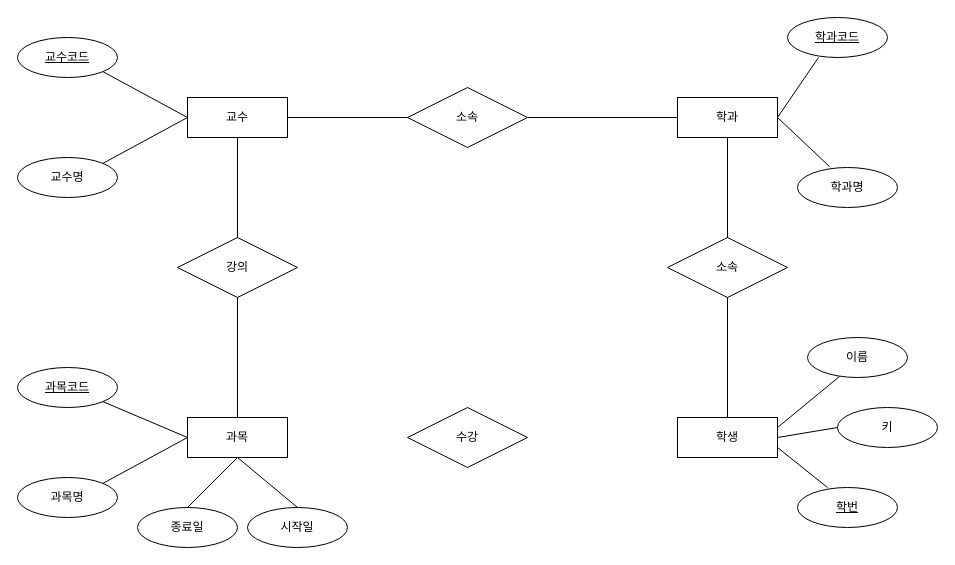
This is 학사관리시스템.drawio from joohyunProjectStorage/erd_sample, a draw.io file, before an edit. Source tidied: cells renumbered, new cells numbered last; positions are measured from the earlier drawing's top-left corner, leaving out a move shared by most shapes. Both pictures are drawn from the tidied source at 100%, with x=0, y=0 at pixel (17, 17).
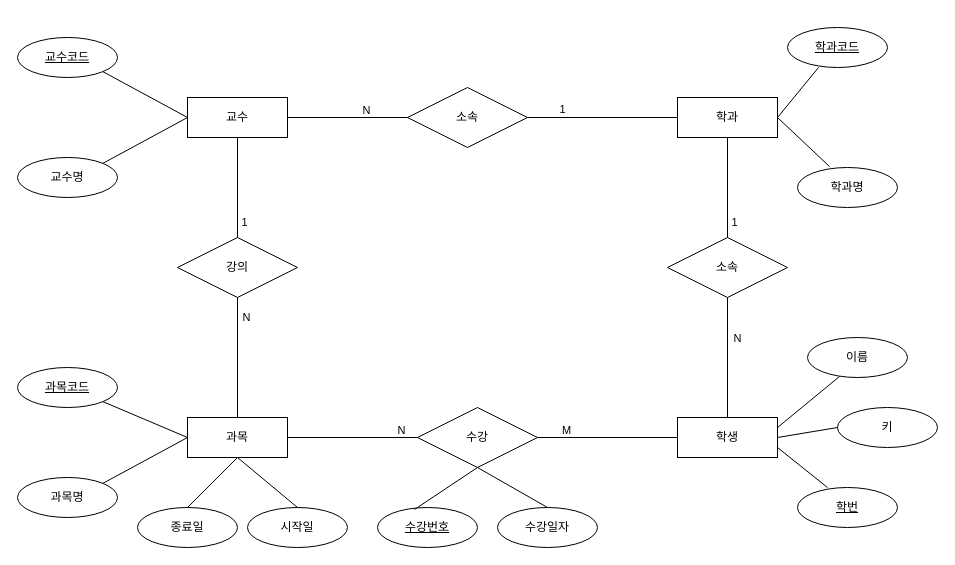
Above is the later version.

Commit message (it also covers changes not shown here):
학사관리시스템.drawio 업데이트

The change refers to these unchanged cells:
```xml
<mxCell id="32" style="endArrow=none;html=1;rounded=0;exitX=1;exitY=0.5;exitDx=0;exitDy=0;entryX=0;entryY=0.5;entryDx=0;entryDy=0;" parent="1" edge="1" source="2" target="28">
  <mxGeometry relative="1" as="geometry" />
</mxCell>
<mxCell id="33" style="endArrow=none;html=1;rounded=0;entryX=0;entryY=0.5;entryDx=0;entryDy=0;exitX=1;exitY=0.5;exitDx=0;exitDy=0;" parent="1" edge="1" source="28" target="3">
  <mxGeometry relative="1" as="geometry" />
</mxCell>
<mxCell id="34" style="endArrow=none;html=1;rounded=0;exitX=0.5;exitY=1;exitDx=0;exitDy=0;entryX=0.5;entryY=0;entryDx=0;entryDy=0;" parent="1" edge="1" source="2" target="29">
  <mxGeometry relative="1" as="geometry" />
</mxCell>
<mxCell id="36" style="endArrow=none;html=1;rounded=0;exitX=0.5;exitY=1;exitDx=0;exitDy=0;entryX=0.5;entryY=0;entryDx=0;entryDy=0;" parent="1" edge="1" target="4">
  <mxGeometry relative="1" as="geometry">
    <mxPoint x="220" y="280" as="sourcePoint" />
  </mxGeometry>
</mxCell>
<mxCell id="37" style="endArrow=none;html=1;rounded=0;exitX=0.5;exitY=1;exitDx=0;exitDy=0;entryX=0.5;entryY=0;entryDx=0;entryDy=0;" parent="1" edge="1">
  <mxGeometry relative="1" as="geometry">
    <mxPoint x="710" y="280" as="sourcePoint" />
    <mxPoint x="710" y="400" as="targetPoint" />
  </mxGeometry>
</mxCell>
```

Diff of the diagram source:
```diff
@@
     <mxCell id="21" value="학과코드" style="ellipse;whiteSpace=wrap;html=1;align=center;fontStyle=4;" parent="1" vertex="1">
-      <mxGeometry x="770" width="100" height="40" as="geometry" />
+      <mxGeometry x="770" y="10" width="100" height="40" as="geometry" />
     </mxCell>
@@
     <mxCell id="31" value="수강" style="shape=rhombus;perimeter=rhombusPerimeter;whiteSpace=wrap;html=1;align=center;" parent="1" vertex="1">
-      <mxGeometry x="390" y="390" width="120" height="60" as="geometry" />
+      <mxGeometry x="400" y="390" width="120" height="60" as="geometry" />
     </mxCell>
@@
+    <mxCell id="38" value="N" style="edgeLabel;html=1;align=center;verticalAlign=middle;" parent="32" vertex="1">
+      <mxGeometry x="0.3" relative="1" as="geometry">
+        <mxPoint y="-8" as="offset" />
+      </mxGeometry>
+    </mxCell>
@@
+    <mxCell id="39" value="1" style="edgeLabel;html=1;align=center;verticalAlign=middle;" parent="33" vertex="1">
+      <mxGeometry x="-0.55" relative="1" as="geometry">
+        <mxPoint y="-9" as="offset" />
+      </mxGeometry>
+    </mxCell>
@@
-    <mxCell id="35" style="endArrow=none;html=1;rounded=0;exitX=0.5;exitY=1;exitDx=0;exitDy=0;entryX=0.5;entryY=0;entryDx=0;entryDy=0;" parent="1" edge="1">
-      <mxGeometry relative="1" as="geometry">
-        <mxPoint x="710" y="120" as="sourcePoint" />
-        <mxPoint x="710" y="220" as="targetPoint" />
-      </mxGeometry>
-    </mxCell>
+    <mxCell id="40" value="1" style="edgeLabel;html=1;align=center;verticalAlign=middle;" parent="34" vertex="1">
+      <mxGeometry x="0.68" y="-1" relative="1" as="geometry">
+        <mxPoint x="7" as="offset" />
+      </mxGeometry>
+    </mxCell>
@@
+    <mxCell id="41" value="N" style="edgeLabel;html=1;align=center;verticalAlign=middle;" parent="36" vertex="1">
+      <mxGeometry x="-0.68" y="3" relative="1" as="geometry">
+        <mxPoint x="5" as="offset" />
+      </mxGeometry>
+    </mxCell>
@@
+    <mxCell id="42" value="N" style="edgeLabel;html=1;align=center;verticalAlign=middle;" parent="37" vertex="1">
+      <mxGeometry x="-0.34" y="3" relative="1" as="geometry">
+        <mxPoint x="6" as="offset" />
+      </mxGeometry>
+    </mxCell>
+    <mxCell id="43" style="endArrow=none;html=1;rounded=0;exitX=1;exitY=0.5;exitDx=0;exitDy=0;entryX=0;entryY=0.5;entryDx=0;entryDy=0;" parent="1" edge="1" target="31">
+      <mxGeometry relative="1" as="geometry">
+        <mxPoint x="270" y="420" as="sourcePoint" />
+      </mxGeometry>
+    </mxCell>
+    <mxCell id="44" value="N" style="edgeLabel;html=1;align=center;verticalAlign=middle;" parent="43" vertex="1">
+      <mxGeometry x="0.58" y="3" relative="1" as="geometry">
+        <mxPoint x="10" y="-5" as="offset" />
+      </mxGeometry>
+    </mxCell>
+    <mxCell id="45" style="endArrow=none;html=1;rounded=0;entryX=0;entryY=0.5;entryDx=0;entryDy=0;" parent="1" edge="1">
+      <mxGeometry relative="1" as="geometry">
+        <mxPoint x="520" y="420" as="sourcePoint" />
+        <mxPoint x="660" y="420" as="targetPoint" />
+      </mxGeometry>
+    </mxCell>
+    <mxCell id="46" value="M" style="edgeLabel;html=1;align=center;verticalAlign=middle;" parent="45" vertex="1">
+      <mxGeometry x="-0.74" y="1" relative="1" as="geometry">
+        <mxPoint x="10" y="-7" as="offset" />
+      </mxGeometry>
+    </mxCell>
+    <mxCell id="47" value="수강번호" style="ellipse;whiteSpace=wrap;html=1;align=center;fontStyle=4;" parent="1" vertex="1">
+      <mxGeometry x="360" y="490" width="100" height="40" as="geometry" />
+    </mxCell>
+    <mxCell id="48" value="수강일자" style="ellipse;whiteSpace=wrap;html=1;align=center;" parent="1" vertex="1">
+      <mxGeometry x="480" y="490" width="100" height="40" as="geometry" />
+    </mxCell>
+    <mxCell id="49" style="endArrow=none;html=1;rounded=0;entryX=0.5;entryY=0;entryDx=0;entryDy=0;exitX=0.5;exitY=1;exitDx=0;exitDy=0;" parent="1" edge="1" source="31" target="48">
+      <mxGeometry relative="1" as="geometry" />
+    </mxCell>
+    <mxCell id="50" style="endArrow=none;html=1;rounded=0;entryX=0.37;entryY=0.05;entryDx=0;entryDy=0;exitX=0.5;exitY=1;exitDx=0;exitDy=0;entryPerimeter=0;" parent="1" edge="1" source="31" target="47">
+      <mxGeometry relative="1" as="geometry" />
+    </mxCell>
+    <mxCell id="51" style="endArrow=none;html=1;rounded=0;exitX=0.5;exitY=1;exitDx=0;exitDy=0;entryX=0.5;entryY=0;entryDx=0;entryDy=0;" parent="1" edge="1">
+      <mxGeometry relative="1" as="geometry">
+        <mxPoint x="710" y="120" as="sourcePoint" />
+        <mxPoint x="710" y="220" as="targetPoint" />
+      </mxGeometry>
+    </mxCell>
+    <mxCell id="52" value="1" style="edgeLabel;html=1;align=center;verticalAlign=middle;" parent="51" vertex="1">
+      <mxGeometry x="0.68" y="-1" relative="1" as="geometry">
+        <mxPoint x="7" as="offset" />
+      </mxGeometry>
+    </mxCell>
```
